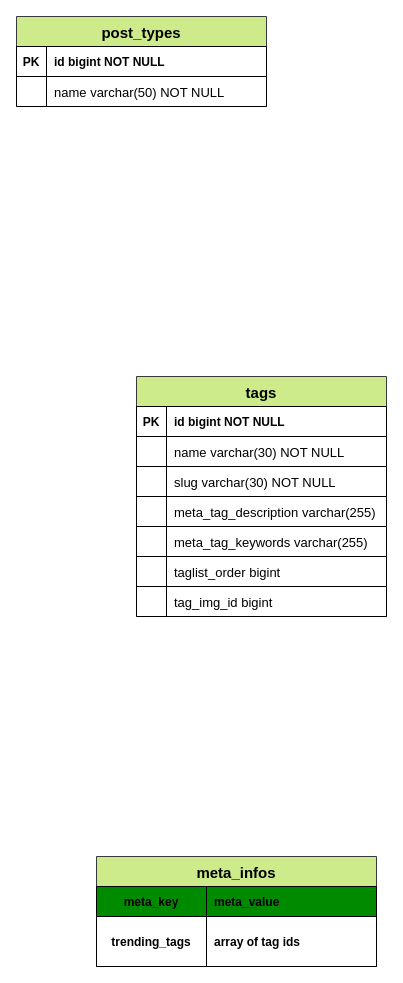
efthakhar/ninenews keeps this draw.io diagram as dbschema/ninenews.drawio. Above is the earlier version. Source tidied: cells renumbered, new cells numbered last; positions are measured from the earlier drawing's top-left corner, leaving out a move shared by most shapes. Both pictures are drawn from the tidied source at 100%, with x=0, y=0 at pixel (16, 16).
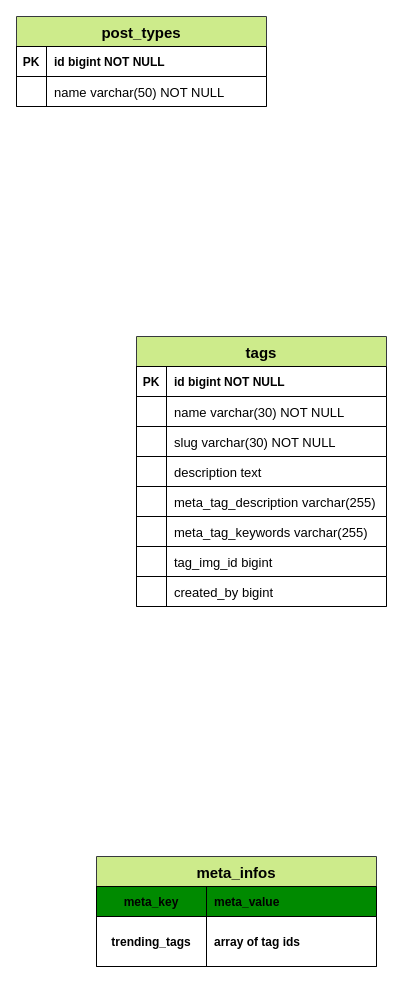
The same diagram, later.

Change to the diagram source:
```diff
@@
     <mxCell id="9" value="tags" style="shape=table;startSize=30;childLayout=tableLayout;rowLines=0;fontStyle=1;align=center;strokeColor=#36393d;fillColor=#cdeb8b;fontColor=#000000;fontSize=15;labelBackgroundColor=none;labelBorderColor=none;fontFamily=Helvetica;rounded=0;" parent="1" vertex="1">
-      <mxGeometry x="120" y="360" width="250" height="240" as="geometry" />
+      <mxGeometry x="120" y="320" width="250" height="270" as="geometry" />
     </mxCell>
@@
+    <mxCell id="25" style="shape=partialRectangle;fillColor=#FFFFFF;top=1;left=1;right=1;bottom=1;labelBorderColor=#000000;strokeColor=#000000;labelBackgroundColor=none;fontFamily=Helvetica;rounded=0;" parent="9" vertex="1">
+      <mxGeometry y="120" width="250" height="30" as="geometry" />
+    </mxCell>
+    <mxCell id="26" style="shape=partialRectangle;overflow=hidden;fillColor=none;top=0;left=0;bottom=0;right=0;fontFamily=Helvetica;rounded=0;" parent="25" vertex="1">
+      <mxGeometry width="30" height="30" as="geometry" />
+    </mxCell>
+    <mxCell id="27" value="description text  " style="shape=partialRectangle;overflow=hidden;fillColor=none;top=0;left=1;bottom=0;right=0;align=left;spacingLeft=6;fontColor=#000000;strokeColor=#000000;fontSize=13;fontFamily=Helvetica;rounded=0;" parent="25" vertex="1">
+      <mxGeometry x="30" width="220" height="30" as="geometry" />
+    </mxCell>
     <mxCell id="19" style="shape=partialRectangle;fillColor=#FFFFFF;top=1;left=1;right=1;bottom=1;labelBorderColor=#000000;strokeColor=#000000;labelBackgroundColor=none;fontFamily=Helvetica;rounded=0;" parent="9" vertex="1">
-      <mxGeometry y="120" width="250" height="30" as="geometry" />
+      <mxGeometry y="150" width="250" height="30" as="geometry" />
     </mxCell>
@@
     <mxCell id="22" style="shape=partialRectangle;fillColor=#FFFFFF;top=1;left=1;right=1;bottom=1;labelBorderColor=#000000;strokeColor=#000000;labelBackgroundColor=none;fontFamily=Helvetica;rounded=0;" parent="9" vertex="1">
-      <mxGeometry y="150" width="250" height="30" as="geometry" />
+      <mxGeometry y="180" width="250" height="30" as="geometry" />
     </mxCell>
@@
-    <mxCell id="25" style="shape=partialRectangle;fillColor=#FFFFFF;top=1;left=1;right=1;bottom=1;labelBorderColor=#000000;strokeColor=#000000;labelBackgroundColor=none;fontFamily=Helvetica;rounded=0;" parent="9" vertex="1">
-      <mxGeometry y="180" width="250" height="30" as="geometry" />
-    </mxCell>
-    <mxCell id="26" style="shape=partialRectangle;overflow=hidden;fillColor=none;top=0;left=0;bottom=0;right=0;fontFamily=Helvetica;rounded=0;" parent="25" vertex="1">
-      <mxGeometry width="30" height="30" as="geometry" />
-    </mxCell>
-    <mxCell id="27" value="taglist_order bigint " style="shape=partialRectangle;overflow=hidden;fillColor=none;top=0;left=1;bottom=0;right=0;align=left;spacingLeft=6;fontColor=#000000;strokeColor=#000000;fontSize=13;fontFamily=Helvetica;rounded=0;" parent="25" vertex="1">
-      <mxGeometry x="30" width="220" height="30" as="geometry" />
-    </mxCell>
@@
+    <mxCell id="38" style="shape=partialRectangle;fillColor=#FFFFFF;top=1;left=1;right=1;bottom=1;labelBorderColor=#000000;strokeColor=#000000;labelBackgroundColor=none;fontFamily=Helvetica;rounded=0;" parent="9" vertex="1">
+      <mxGeometry y="240" width="250" height="30" as="geometry" />
+    </mxCell>
+    <mxCell id="39" style="shape=partialRectangle;overflow=hidden;fillColor=none;top=0;left=0;bottom=0;right=0;fontFamily=Helvetica;rounded=0;" parent="38" vertex="1">
+      <mxGeometry width="30" height="30" as="geometry" />
+    </mxCell>
+    <mxCell id="40" value="created_by bigint " style="shape=partialRectangle;overflow=hidden;fillColor=none;top=0;left=1;bottom=0;right=0;align=left;spacingLeft=6;fontColor=#000000;strokeColor=#000000;fontSize=13;fontFamily=Helvetica;rounded=0;" parent="38" vertex="1">
+      <mxGeometry x="30" width="220" height="30" as="geometry" />
+    </mxCell>
```
